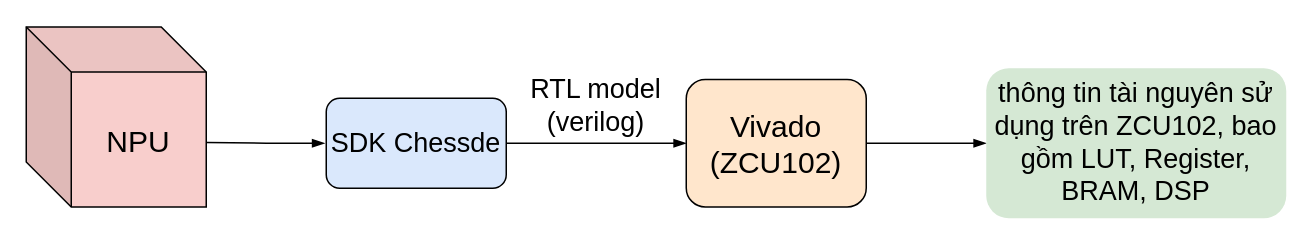
Before: page "Page-2" (2 of 3) of Synthesis.drawio in hoangtv2000/document-collection, a draw.io diagram. Source tidied: cells renumbered, new cells numbered last; positions are measured from the earlier drawing's top-left corner, leaving out a move shared by most shapes. Both pictures are drawn from the tidied source at 150%, with x=0, y=0 at pixel (26, 26).
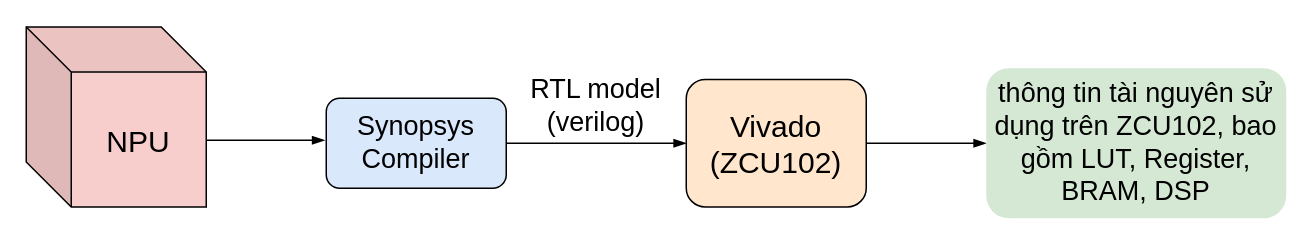
After the change.

Change to the diagram source:
```diff
@@
 <mxGraphModel>
   <root>
     <mxCell id="0" />
     <mxCell id="1" parent="0" />
     <mxCell id="2" value="&lt;span style=&quot;font-size: 20px;&quot;&gt;NPU&lt;/span&gt;" style="shape=cube;whiteSpace=wrap;html=1;boundedLbl=1;backgroundOutline=1;darkOpacity=0.05;darkOpacity2=0.1;size=30;fillColor=#f8cecc;strokeColor=default;" parent="1" vertex="1">
       <mxGeometry y="0.5" width="120" height="120" as="geometry" />
     </mxCell>
-    <mxCell id="3" style="edgeStyle=orthogonalEdgeStyle;shape=connector;rounded=0;orthogonalLoop=1;jettySize=auto;html=1;exitX=0;exitY=0;exitDx=120;exitDy=75;exitPerimeter=0;entryX=-0.01;entryY=0.465;entryDx=0;entryDy=0;entryPerimeter=0;strokeColor=default;align=center;verticalAlign=middle;fontFamily=Helvetica;fontSize=11;fontColor=default;labelBackgroundColor=default;endArrow=blockThin;endFill=1;" parent="1" edge="1">
-      <mxGeometry relative="1" as="geometry">
-        <mxPoint x="120" y="77.5" as="sourcePoint" />
-        <mxPoint x="199" y="78" as="targetPoint" />
-      </mxGeometry>
-    </mxCell>
-    <mxCell id="4" value="&lt;font style=&quot;font-size: 18px;&quot;&gt;SDK Chessde&lt;/font&gt;" style="rounded=1;whiteSpace=wrap;html=1;fillColor=#dae8fc;strokeColor=default;" parent="1" vertex="1">
+    <mxCell id="4" value="&lt;font style=&quot;font-size: 18px;&quot;&gt;Synopsys&lt;br&gt;Compiler&lt;/font&gt;" style="rounded=1;whiteSpace=wrap;html=1;fillColor=#dae8fc;strokeColor=default;" parent="1" vertex="1">
       <mxGeometry x="200" y="48" width="120" height="60" as="geometry" />
     </mxCell>
     <mxCell id="5" style="edgeStyle=orthogonalEdgeStyle;shape=connector;rounded=0;orthogonalLoop=1;jettySize=auto;html=1;entryX=0;entryY=0.5;entryDx=0;entryDy=0;strokeColor=default;align=center;verticalAlign=middle;fontFamily=Helvetica;fontSize=11;fontColor=default;labelBackgroundColor=default;endArrow=blockThin;endFill=1;" parent="1" edge="1">
       <mxGeometry relative="1" as="geometry">
         <mxPoint x="320" y="78" as="sourcePoint" />
         <mxPoint x="440" y="78" as="targetPoint" />
       </mxGeometry>
     </mxCell>
     <mxCell id="6" value="&lt;font style=&quot;font-size: 18px;&quot;&gt;RTL model&lt;br&gt;(verilog)&lt;/font&gt;" style="text;html=1;align=center;verticalAlign=middle;whiteSpace=wrap;rounded=0;" parent="1" vertex="1">
       <mxGeometry x="320" y="38" width="120" height="30" as="geometry" />
     </mxCell>
     <mxCell id="7" style="edgeStyle=orthogonalEdgeStyle;shape=connector;rounded=0;jettySize=auto;html=1;entryX=0;entryY=0.5;entryDx=0;entryDy=0;strokeColor=default;align=center;verticalAlign=middle;fontFamily=Helvetica;fontSize=11;fontColor=default;labelBackgroundColor=default;endArrow=blockThin;endFill=1;" parent="1" edge="1" source="8" target="9">
       <mxGeometry relative="1" as="geometry" />
     </mxCell>
     <mxCell id="8" value="&lt;span style=&quot;font-size: 20px;&quot;&gt;Vivado&lt;/span&gt;&lt;div&gt;&lt;span style=&quot;font-size: 20px;&quot;&gt;(ZCU102)&lt;/span&gt;&lt;/div&gt;" style="rounded=1;whiteSpace=wrap;html=1;fillColor=#ffe6cc;strokeColor=default;" parent="1" vertex="1">
       <mxGeometry x="440" y="35.5" width="120" height="85" as="geometry" />
     </mxCell>
     <mxCell id="9" value="&lt;div style=&quot;&quot;&gt;&lt;font style=&quot;font-size: 18px;&quot;&gt;thông tin tài nguyên sử dụng trên ZCU102, bao gồm LUT, Register, BRAM, DSP&lt;/font&gt;&lt;br&gt;&lt;/div&gt;" style="rounded=1;whiteSpace=wrap;html=1;fillColor=#d5e8d4;strokeColor=none;" parent="1" vertex="1">
       <mxGeometry x="640" y="28" width="200" height="100" as="geometry" />
     </mxCell>
+    <mxCell id="10" style="edgeStyle=orthogonalEdgeStyle;shape=connector;rounded=0;orthogonalLoop=1;jettySize=auto;html=1;exitX=0;exitY=0;exitDx=120;exitDy=75;exitPerimeter=0;entryX=-0.01;entryY=0.465;entryDx=0;entryDy=0;entryPerimeter=0;strokeColor=default;align=center;verticalAlign=middle;fontFamily=Helvetica;fontSize=11;fontColor=default;labelBackgroundColor=default;endArrow=blockThin;endFill=1;" parent="1" edge="1">
+      <mxGeometry relative="1" as="geometry">
+        <mxPoint x="120" y="76" as="sourcePoint" />
+        <mxPoint x="199" y="76" as="targetPoint" />
+      </mxGeometry>
+    </mxCell>
   </root>
 </mxGraphModel>
```
